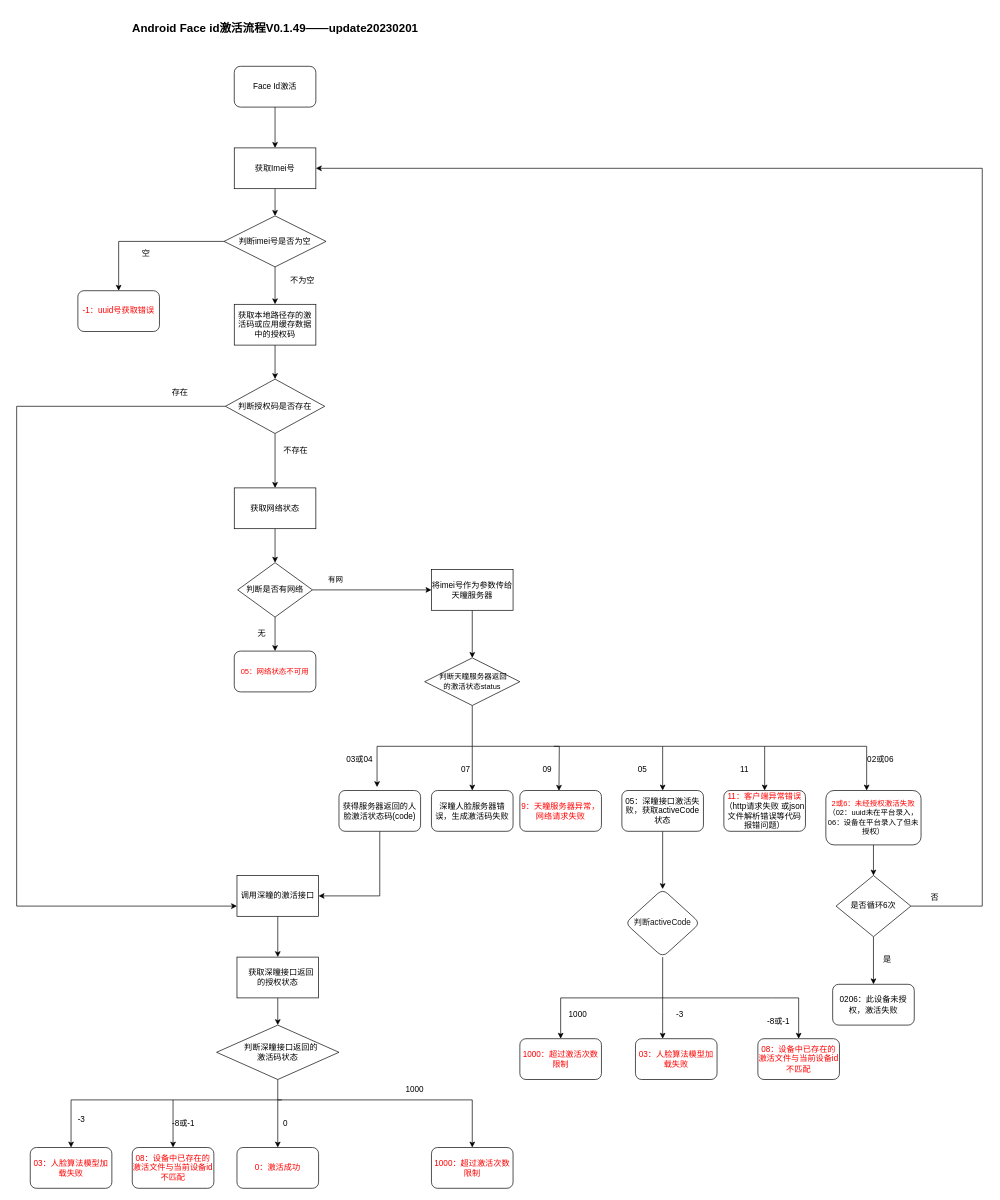
Earlier version of the draw.io diagram app/src/androidTest/java/com/example/decalstwo/Android_face.drawio (Maggie-hub/Decal). Source tidied: cells renumbered, new cells numbered last; positions are measured from the earlier drawing's top-left corner, leaving out a move shared by most shapes. Both pictures are drawn from the tidied source at 68%, with x=0, y=0 at pixel (16, 18).
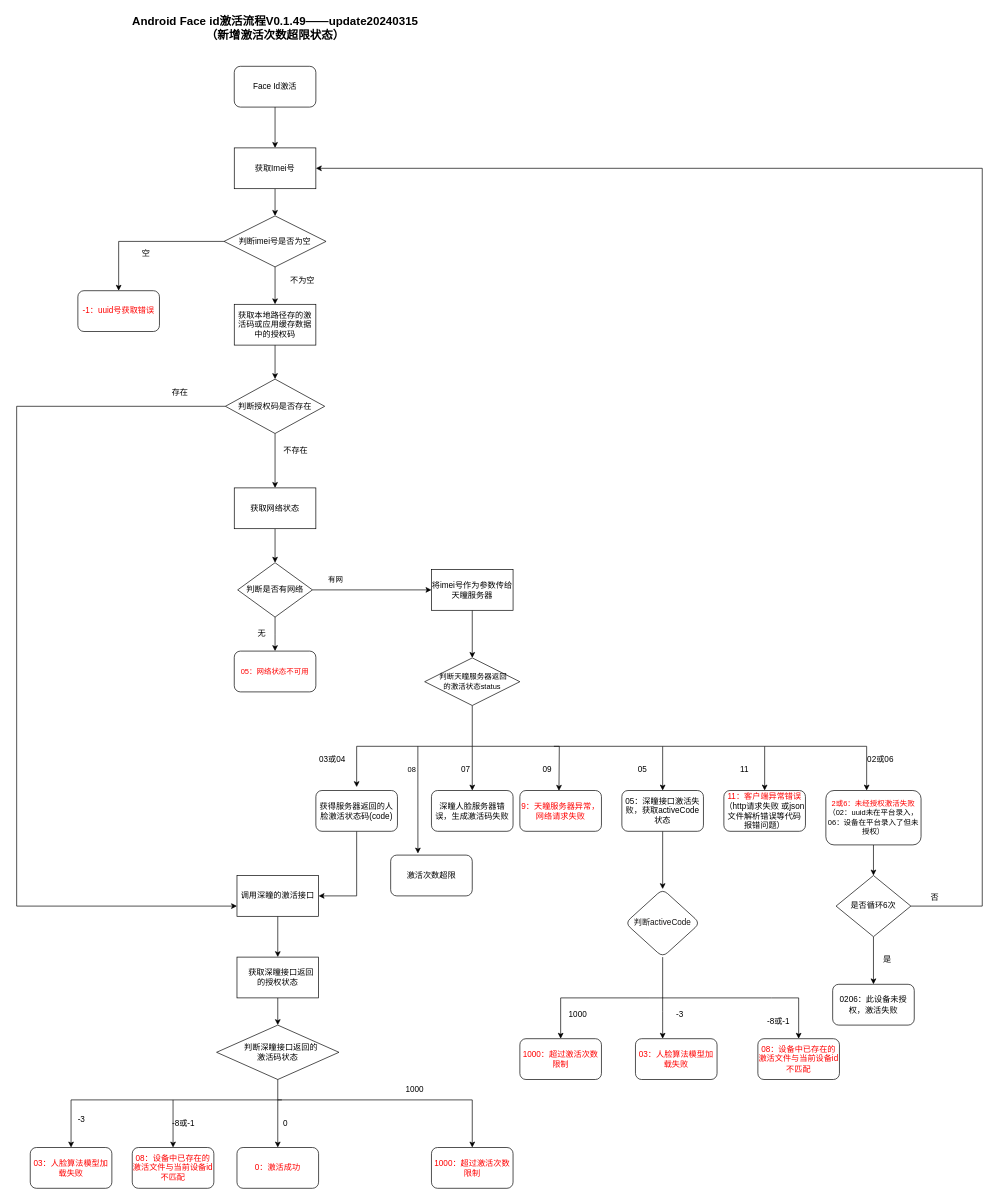
The same diagram, later.

The change refers to these unchanged cells:
```xml
<mxCell id="21" value="&amp;nbsp;判断天瞳服务器返回&lt;br&gt;的激活状态status" style="rhombus;whiteSpace=wrap;html=1;fontColor=#000000;fontFamily=Helvetica;fontSize=11;" parent="1" vertex="1">
  <mxGeometry x="600" y="940" width="140" height="70" as="geometry" />
</mxCell>
```

What changed in the source:
```diff
@@
     <mxCell id="20" style="edgeStyle=orthogonalEdgeStyle;rounded=0;jettySize=auto;html=1;" parent="1" edge="1" source="21">
       <mxGeometry relative="1" as="geometry">
-        <mxPoint x="530" y="1130" as="targetPoint" />
+        <mxPoint x="500" y="1130" as="targetPoint" />
         <Array as="points">
           <mxPoint x="670" y="1070" />
-          <mxPoint x="530" y="1070" />
+          <mxPoint x="500" y="1070" />
+          <mxPoint x="500" y="1130" />
         </Array>
       </mxGeometry>
     </mxCell>
@@
-    <mxCell id="58" value="&lt;font style=&quot;font-size: 17px;&quot;&gt;&lt;b&gt;Android Face id激活流程V0.1.49——update20230201&lt;/b&gt;&lt;/font&gt;" style="text;html=1;align=center;verticalAlign=middle;strokeColor=none;fillColor=none;fontColor=#000000;" parent="1" vertex="1">
-      <mxGeometry x="160" width="440" height="30" as="geometry" />
+    <mxCell id="58" value="&lt;font style=&quot;font-size: 17px;&quot;&gt;&lt;b&gt;Android Face id激活流程V0.1.49——update20240315&lt;br&gt;（新增激活次数超限状态）&lt;br&gt;&lt;/b&gt;&lt;/font&gt;" style="text;html=1;align=center;verticalAlign=middle;strokeColor=none;fillColor=none;fontColor=#000000;" parent="1" vertex="1">
+      <mxGeometry x="160" y="-10" width="440" height="50" as="geometry" />
     </mxCell>
@@
     <mxCell id="62" value="&lt;font color=&quot;#000000&quot;&gt;获得服务器返回的人脸激活状态码(code)&lt;/font&gt;" style="rounded=1;whiteSpace=wrap;html=1;fontColor=#FF0000;" parent="1" vertex="1">
-      <mxGeometry x="474" y="1135" width="120" height="60" as="geometry" />
+      <mxGeometry x="440" y="1135" width="120" height="60" as="geometry" />
     </mxCell>
     <mxCell id="63" value="03或04" style="text;html=1;align=center;verticalAlign=middle;strokeColor=none;fillColor=none;" parent="1" vertex="1">
-      <mxGeometry x="474" y="1075" width="60" height="30" as="geometry" />
+      <mxGeometry x="434" y="1075" width="60" height="30" as="geometry" />
     </mxCell>
@@
+    <mxCell id="85" value="激活次数超限" style="rounded=1;whiteSpace=wrap;html=1;" parent="1" vertex="1">
+      <mxGeometry x="550" y="1230" width="120" height="60" as="geometry" />
+    </mxCell>
+    <mxCell id="86" style="endArrow=classic;html=1;rounded=0;entryX=0.334;entryY=-0.039;entryDx=0;entryDy=0;entryPerimeter=0;" parent="1" edge="1" target="85">
+      <mxGeometry relative="1" as="geometry">
+        <mxPoint x="590" y="1070" as="sourcePoint" />
+      </mxGeometry>
+    </mxCell>
+    <mxCell id="87" value="08" style="edgeLabel;html=1;align=center;verticalAlign=middle;" parent="86" vertex="1">
+      <mxGeometry x="-0.62" y="-5" relative="1" as="geometry">
+        <mxPoint x="-5" y="4" as="offset" />
+      </mxGeometry>
+    </mxCell>
```
